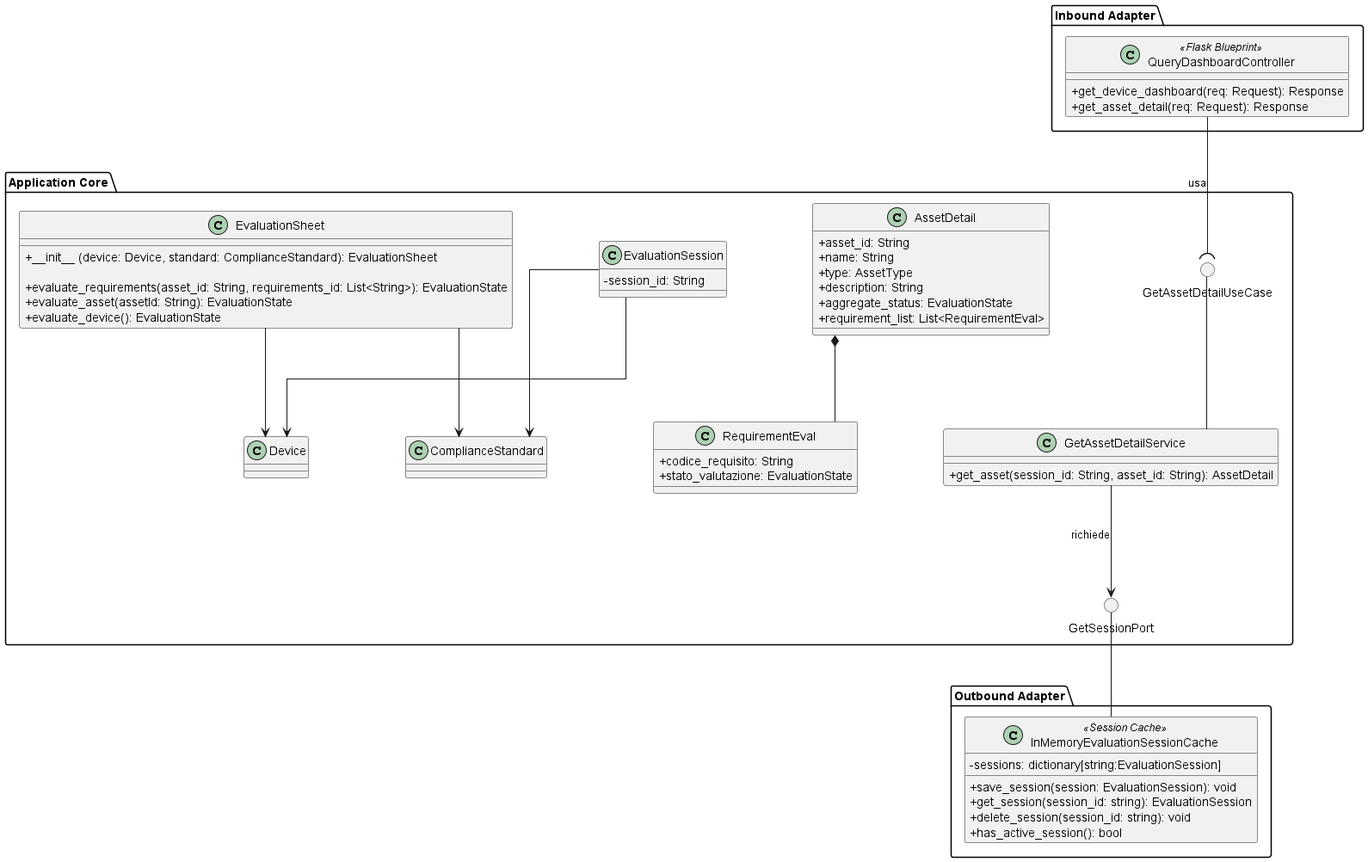
This is src/PB/DocumentazioneEsterna/Specifica_Tecnica/content/uml/png/GetAssetDetail/GetAssetDetail.png from GroupRubberDuck/Documentazione, a PlantUML export, as it was before one commit. Its diagram source:
```plantuml
@startuml GetAssetDetail
skinparam linetype ortho
skinparam nodesep 100
skinparam ranksep 100
skinparam classAttributeIconSize 0

package "Inbound Adapter" {
    !include InboundAdapters/QueryDashboardController.puml
}

package "Application Core" {

    () "GetAssetDetailUseCase" as GetAssetDetailUseCase

    class AssetDetail {
        + asset_id: String
        + name: String
        + type: AssetType
        + description: String
        + aggregate_status: EvaluationState
        + requirement_list: List<RequirementEval>
    }

    class RequirementEval{
        + codice_requisito: String
        + stato_valutazione: EvaluationState
    }

    !include ApplicationServices/GetAssetDetailService.puml

    !include Domain/EvaluationSession.puml
    !include Domain/EvaluationSheet.puml

    () "GetSessionPort"

    GetAssetDetailService -up- GetAssetDetailUseCase
    GetAssetDetailService --> GetSessionPort : richiede
    AssetDetail *-- RequirementEval
}

package "Outbound Adapter" {
    class InMemoryEvaluationSessionCache <<Session Cache>> {
        - sessions: dictionary[string:EvaluationSession]
        + save_session(session: EvaluationSession): void
        + get_session(session_id: string): EvaluationSession
        + delete_session(session_id: string): void
        + has_active_session(): bool
    }
}

QueryDashboardController --( GetAssetDetailUseCase : usa
InMemoryEvaluationSessionCache -up- GetSessionPort

@enduml
```
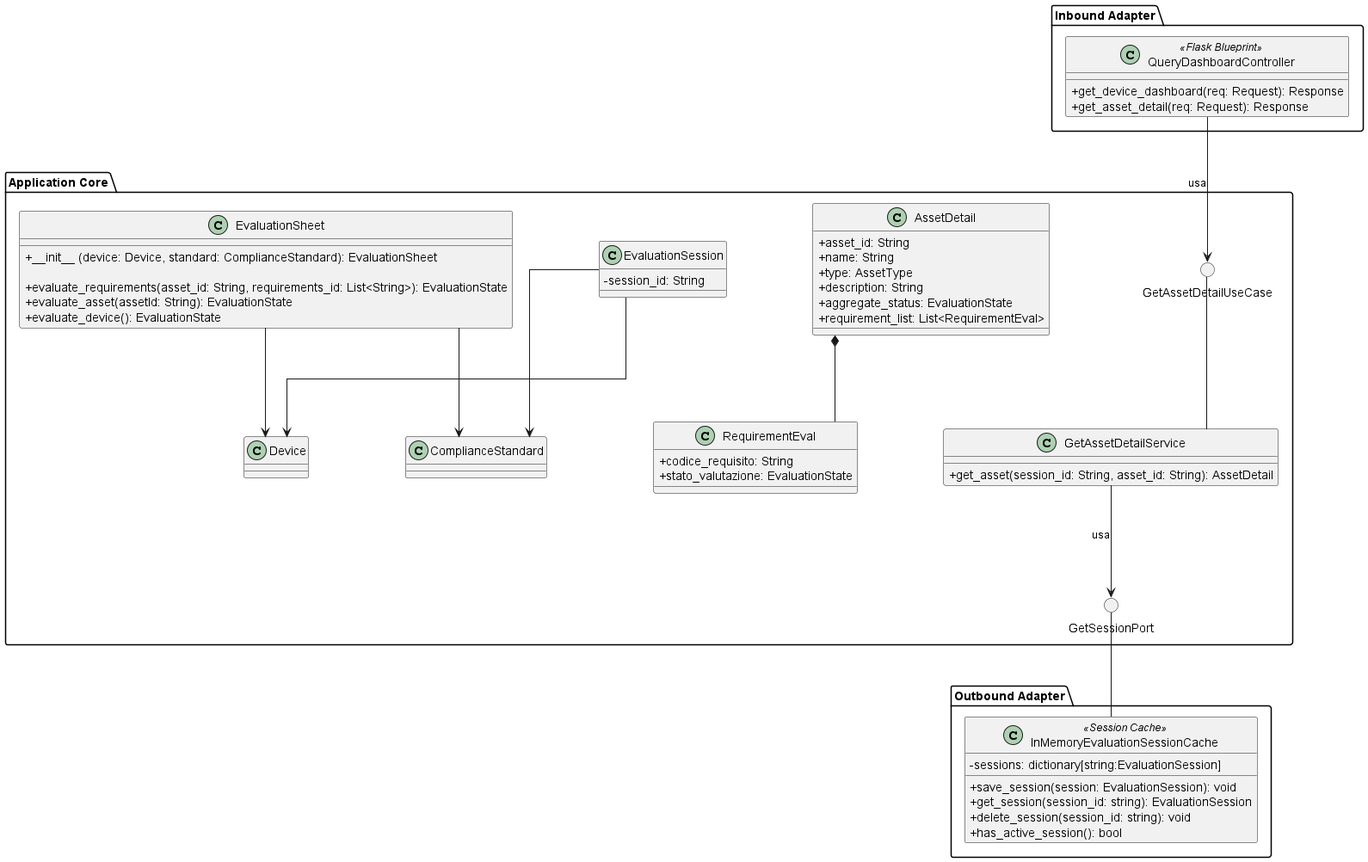
The same diagram one commit later.

The edit, as a diff of the source:
```diff
@@ -34,7 +34,7 @@
     () "GetSessionPort"
 
     GetAssetDetailService -up- GetAssetDetailUseCase
-    GetAssetDetailService --> GetSessionPort : richiede
+    GetAssetDetailService --> GetSessionPort : usa
     AssetDetail *-- RequirementEval
 }
 
@@ -48,7 +48,7 @@
     }
 }
 
-QueryDashboardController --( GetAssetDetailUseCase : usa
+QueryDashboardController --> GetAssetDetailUseCase : usa
 InMemoryEvaluationSessionCache -up- GetSessionPort
 
 @enduml
```
